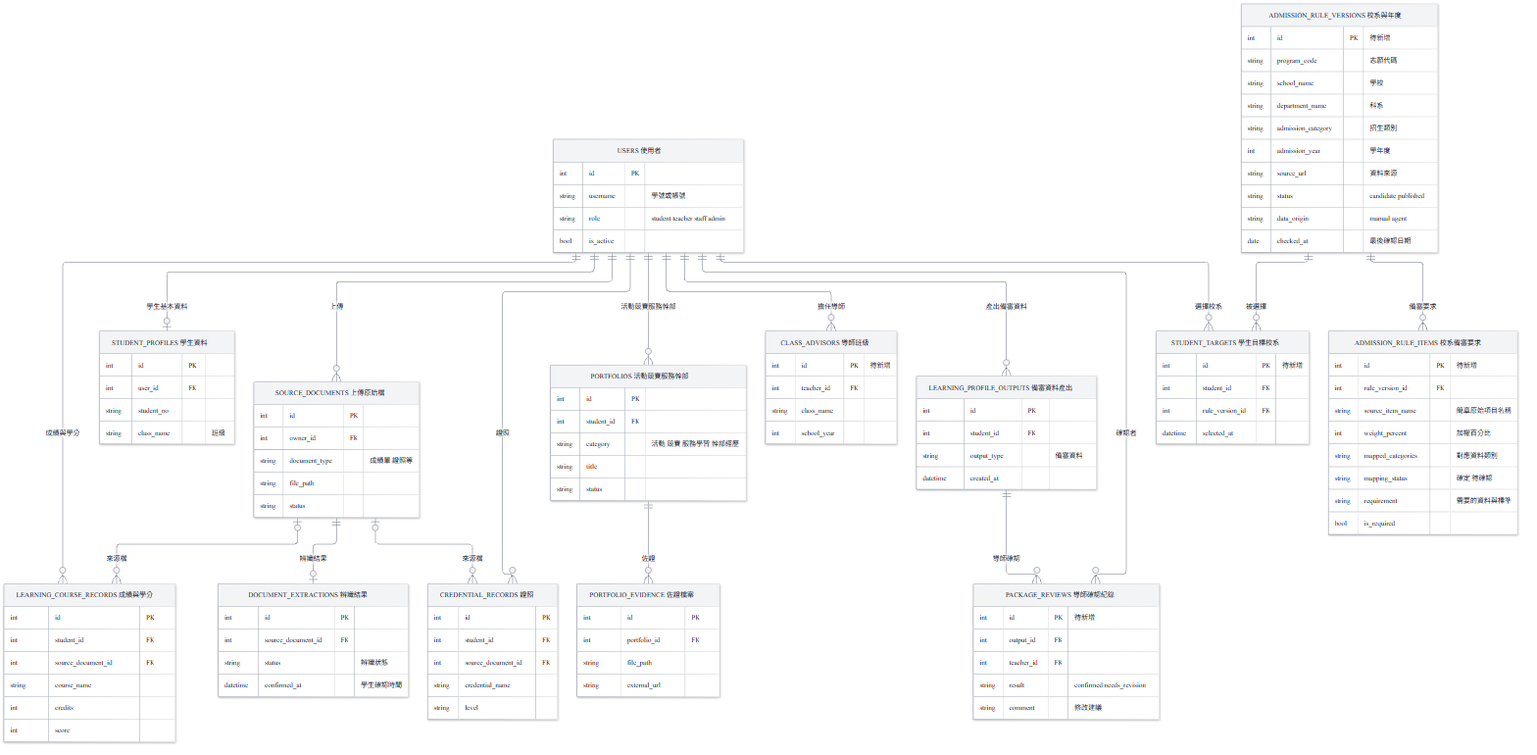
This is docs/images/D-09-erd-v2.png from vujhdcusa/1028, a Mermaid export, as it was before one commit. Its source is kept beside it as docs/images/D-09-erd-v2.mmd.
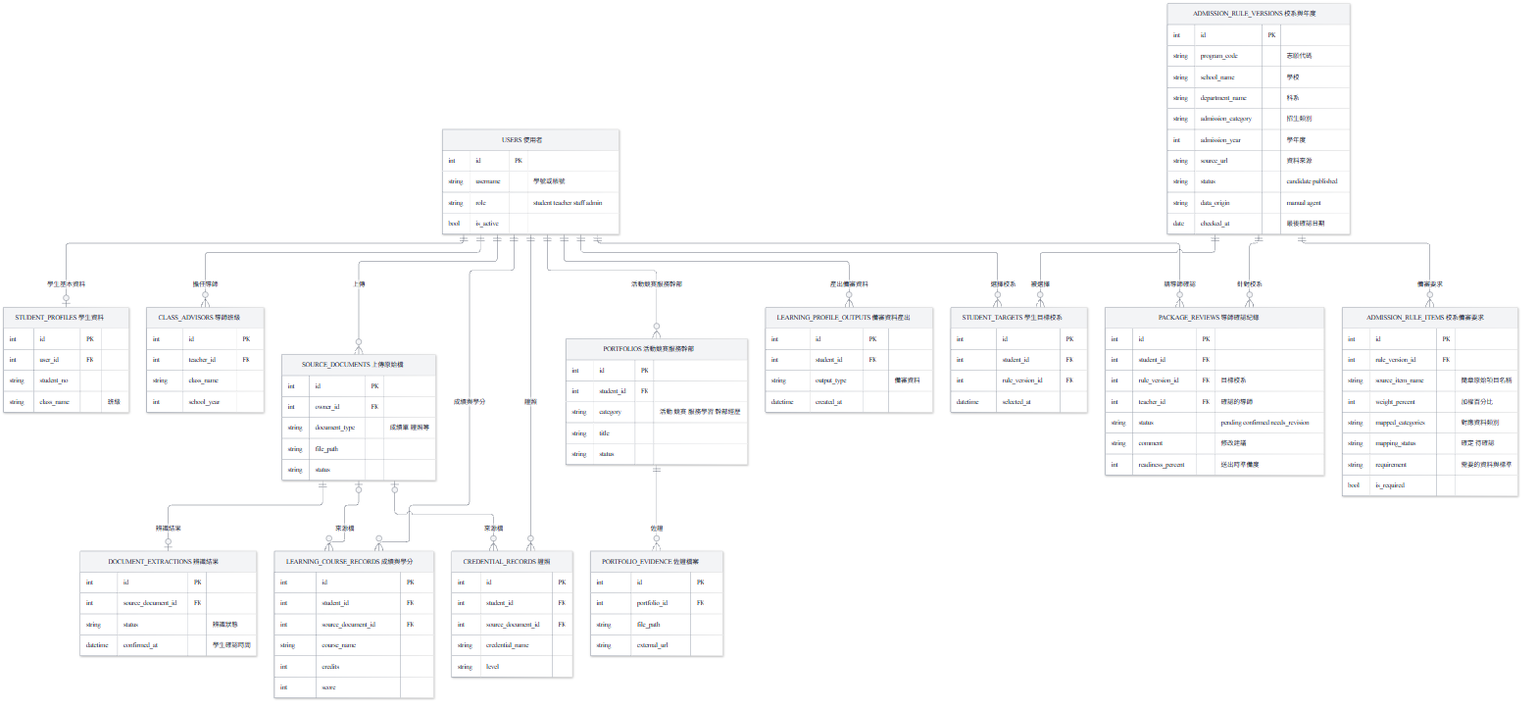
Above is the later version.

What changed in the source:
```diff
@@ -14,8 +14,8 @@
     USERS ||--o{ STUDENT_TARGETS : "選擇校系"
     ADMISSION_RULE_VERSIONS ||--o{ STUDENT_TARGETS : "被選擇"
     USERS ||--o{ LEARNING_PROFILE_OUTPUTS : "產出備審資料"
-    LEARNING_PROFILE_OUTPUTS ||--o{ PACKAGE_REVIEWS : "導師確認"
-    USERS ||--o{ PACKAGE_REVIEWS : "確認者"
+    USERS ||--o{ PACKAGE_REVIEWS : "請導師確認"
+    ADMISSION_RULE_VERSIONS ||--o{ PACKAGE_REVIEWS : "針對校系"
 
     USERS["USERS 使用者　　　"] {
         int id PK
@@ -30,7 +30,7 @@
         string class_name "班級"
     }
     CLASS_ADVISORS["CLASS_ADVISORS 導師班級　　　"] {
-        int id PK "待新增"
+        int id PK
         int teacher_id FK
         string class_name
         int school_year
@@ -77,7 +77,7 @@
         string external_url
     }
     ADMISSION_RULE_VERSIONS["ADMISSION_RULE_VERSIONS 校系與年度　　　"] {
-        int id PK "待新增"
+        int id PK
         string program_code "志願代碼"
         string school_name "學校"
         string department_name "科系"
@@ -89,7 +89,7 @@
         date checked_at "最後確認日期"
     }
     ADMISSION_RULE_ITEMS["ADMISSION_RULE_ITEMS 校系備審要求　　　"] {
-        int id PK "待新增"
+        int id PK
         int rule_version_id FK
         string source_item_name "簡章原始項目名稱"
         int weight_percent "加權百分比"
@@ -99,7 +99,7 @@
         bool is_required
     }
     STUDENT_TARGETS["STUDENT_TARGETS 學生目標校系　　　"] {
-        int id PK "待新增"
+        int id PK
         int student_id FK
         int rule_version_id FK
         datetime selected_at
@@ -111,9 +111,11 @@
         datetime created_at
     }
     PACKAGE_REVIEWS["PACKAGE_REVIEWS 導師確認紀錄　　　"] {
-        int id PK "待新增"
-        int output_id FK
-        int teacher_id FK
-        string result "confirmed needs_revision"
+        int id PK
+        int student_id FK
+        int rule_version_id FK "目標校系"
+        int teacher_id FK "確認的導師"
+        string status "pending confirmed needs_revision"
         string comment "修改建議"
+        int readiness_percent "送出時準備度"
     }
```
